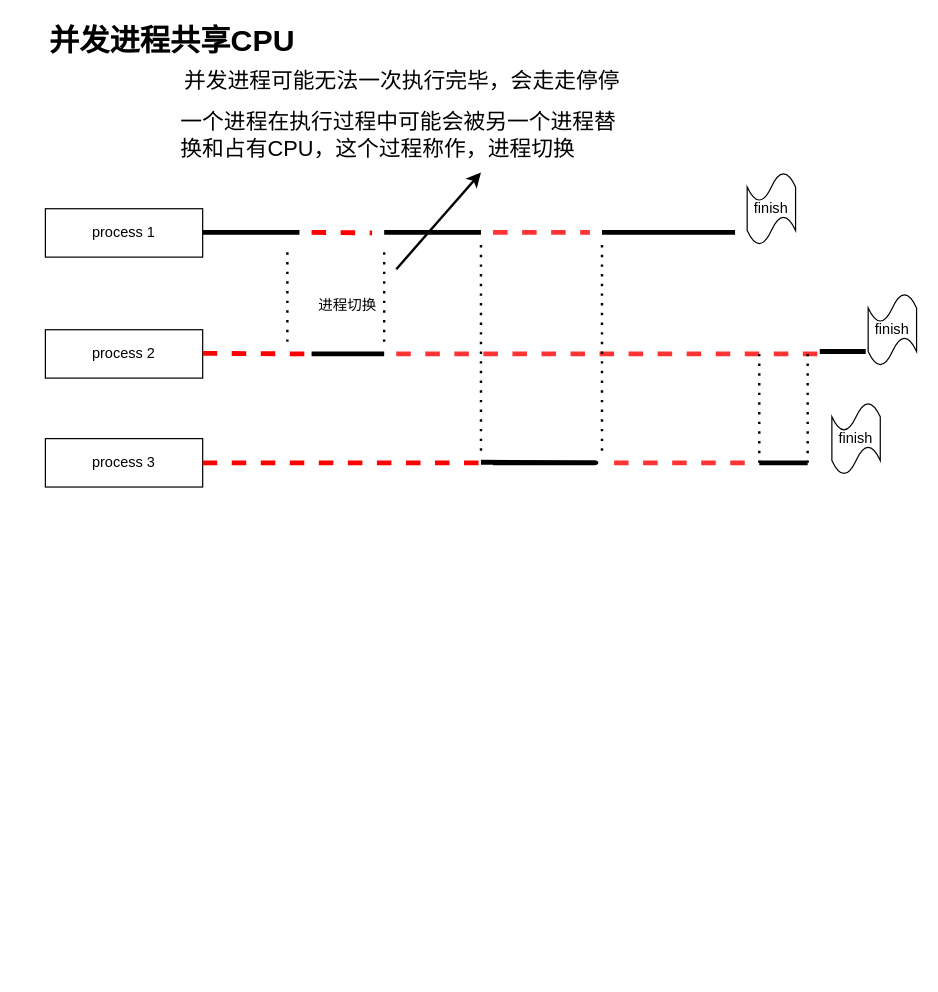
Earlier version of the draw.io diagram diagrams/processconcurrency.drawio (arxobject/spring_analysis). Source tidied: cells renumbered, new cells numbered last; positions are measured from the earlier drawing's top-left corner, leaving out a move shared by most shapes. Both pictures are drawn from the tidied source at 121%, with x=0, y=0 at pixel (21, 27).
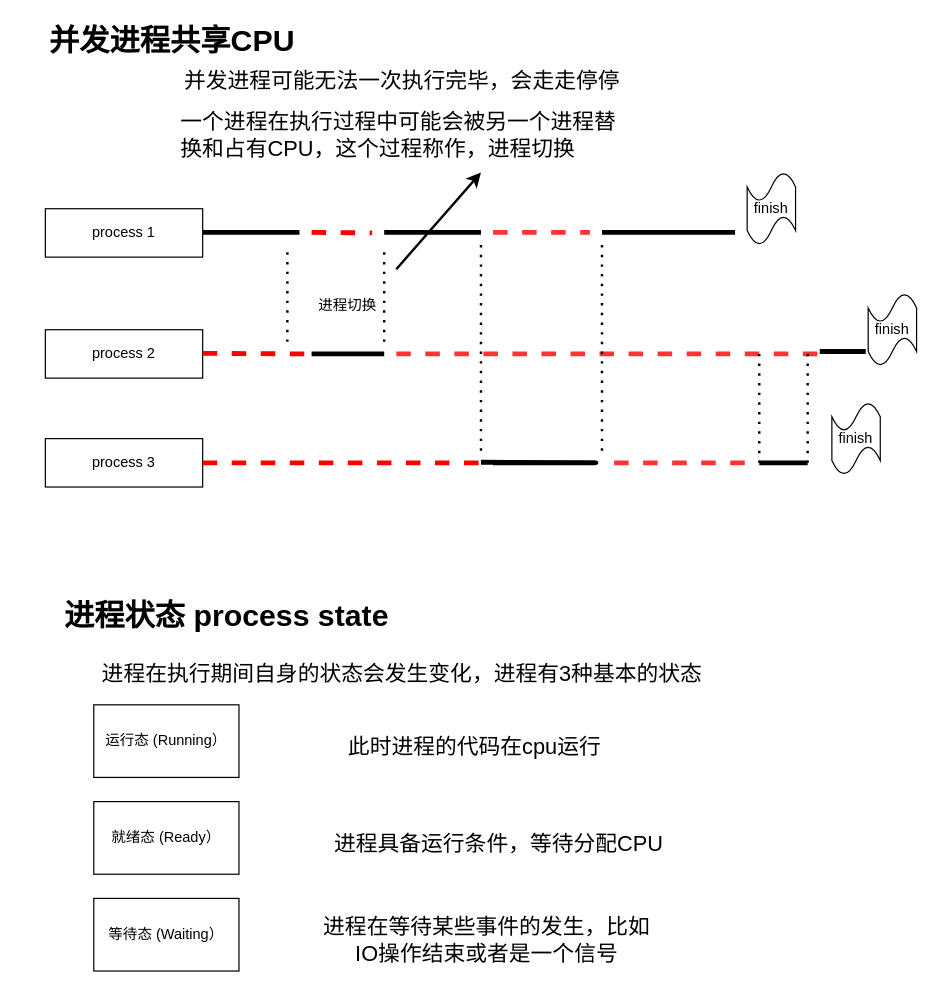
Above is the later version.

What changed in the source:
```diff
@@
+    <mxCell id="32" value="&lt;font style=&quot;font-size: 25px&quot;&gt;&lt;b&gt;进程状态 process state&lt;/b&gt;&lt;/font&gt;" style="text;html=1;strokeColor=none;fillColor=none;align=center;verticalAlign=middle;whiteSpace=wrap;rounded=0;" parent="1" vertex="1">
+      <mxGeometry x="20" y="470" width="300" height="30" as="geometry" />
+    </mxCell>
+    <mxCell id="33" value="&lt;font style=&quot;font-size: 18px&quot;&gt;进程在执行期间自身的状态会发生变化，进程有3种基本的状态&lt;/font&gt;" style="text;html=1;strokeColor=none;fillColor=none;align=center;verticalAlign=middle;whiteSpace=wrap;rounded=0;" parent="1" vertex="1">
+      <mxGeometry x="50" y="530" width="530" height="10" as="geometry" />
+    </mxCell>
+    <mxCell id="34" value="运行态 (Running）" style="rounded=0;whiteSpace=wrap;html=1;" parent="1" vertex="1">
+      <mxGeometry x="60" y="560" width="120" height="60" as="geometry" />
+    </mxCell>
+    <mxCell id="35" value="就绪态 (Ready）" style="rounded=0;whiteSpace=wrap;html=1;" parent="1" vertex="1">
+      <mxGeometry x="60" y="640" width="120" height="60" as="geometry" />
+    </mxCell>
+    <mxCell id="36" value="等待态 (Waiting）" style="rounded=0;whiteSpace=wrap;html=1;" parent="1" vertex="1">
+      <mxGeometry x="60" y="720" width="120" height="60" as="geometry" />
+    </mxCell>
+    <mxCell id="37" value="&lt;font style=&quot;font-size: 18px&quot;&gt;此时进程的代码在cpu运行&lt;/font&gt;" style="text;html=1;strokeColor=none;fillColor=none;align=center;verticalAlign=middle;whiteSpace=wrap;rounded=0;" parent="1" vertex="1">
+      <mxGeometry x="250" y="590" width="250" height="10" as="geometry" />
+    </mxCell>
+    <mxCell id="38" value="&lt;font style=&quot;font-size: 18px&quot;&gt;进程具备运行条件，等待分配CPU&lt;/font&gt;" style="text;html=1;strokeColor=none;fillColor=none;align=center;verticalAlign=middle;whiteSpace=wrap;rounded=0;" parent="1" vertex="1">
+      <mxGeometry x="250" y="670" width="290" height="10" as="geometry" />
+    </mxCell>
+    <mxCell id="39" value="&lt;font style=&quot;font-size: 18px&quot;&gt;进程在等待某些事件的发生，比如IO操作结束或者是一个信号&lt;/font&gt;" style="text;html=1;strokeColor=none;fillColor=none;align=center;verticalAlign=middle;whiteSpace=wrap;rounded=0;" parent="1" vertex="1">
+      <mxGeometry x="240" y="750" width="290" height="10" as="geometry" />
+    </mxCell>
```
